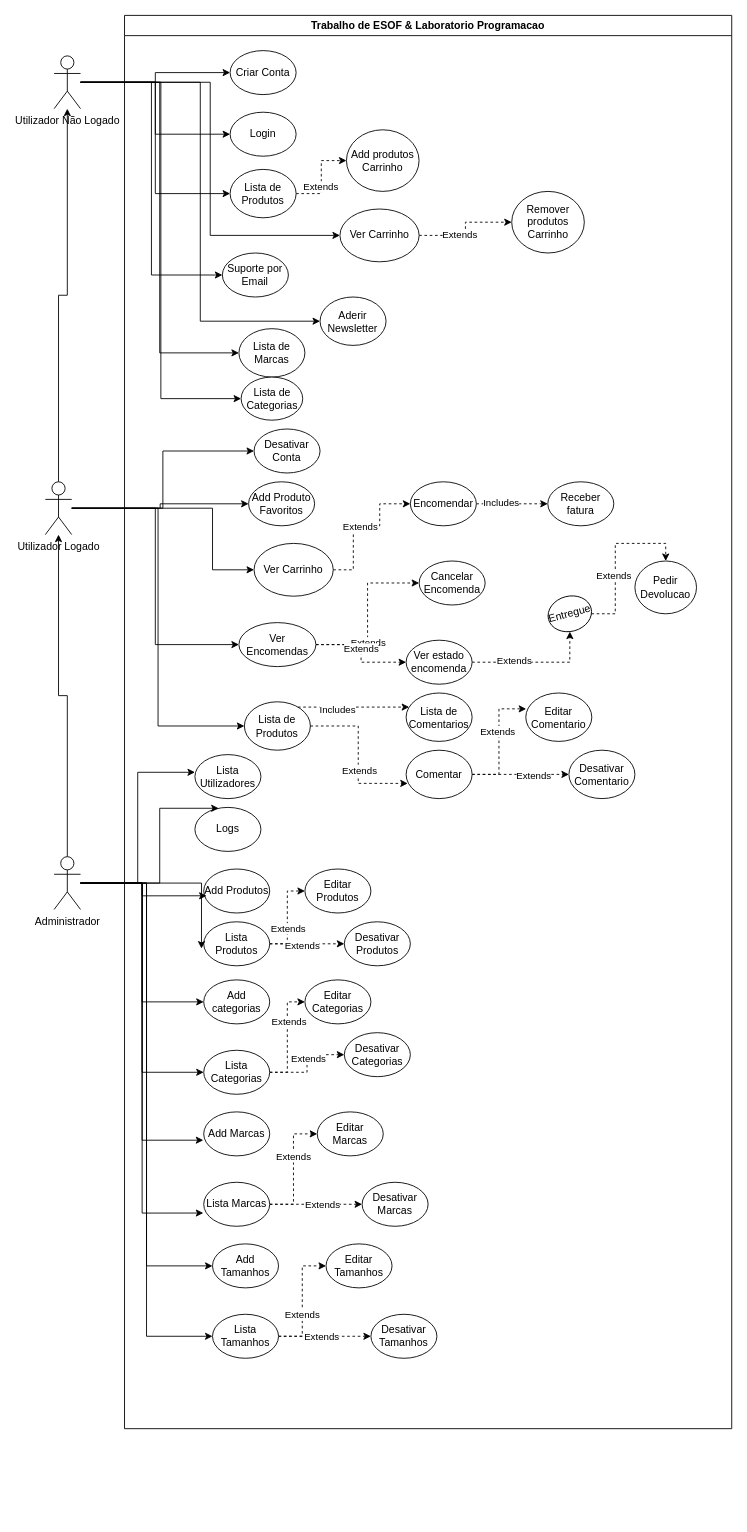
Earlier version of the draw.io diagram Casos Uso/Casos Uso Trabalho ESOF e Laboratorio Prog.drawio (Solixx/UP_Project_Laboratorio_Engenharia_Manuel_Jorge). Source tidied: cells renumbered, new cells numbered last; positions are measured from the earlier drawing's top-left corner, leaving out a move shared by most shapes. Both pictures are drawn from the tidied source at 88%, with x=0, y=0 at pixel (45, 15).
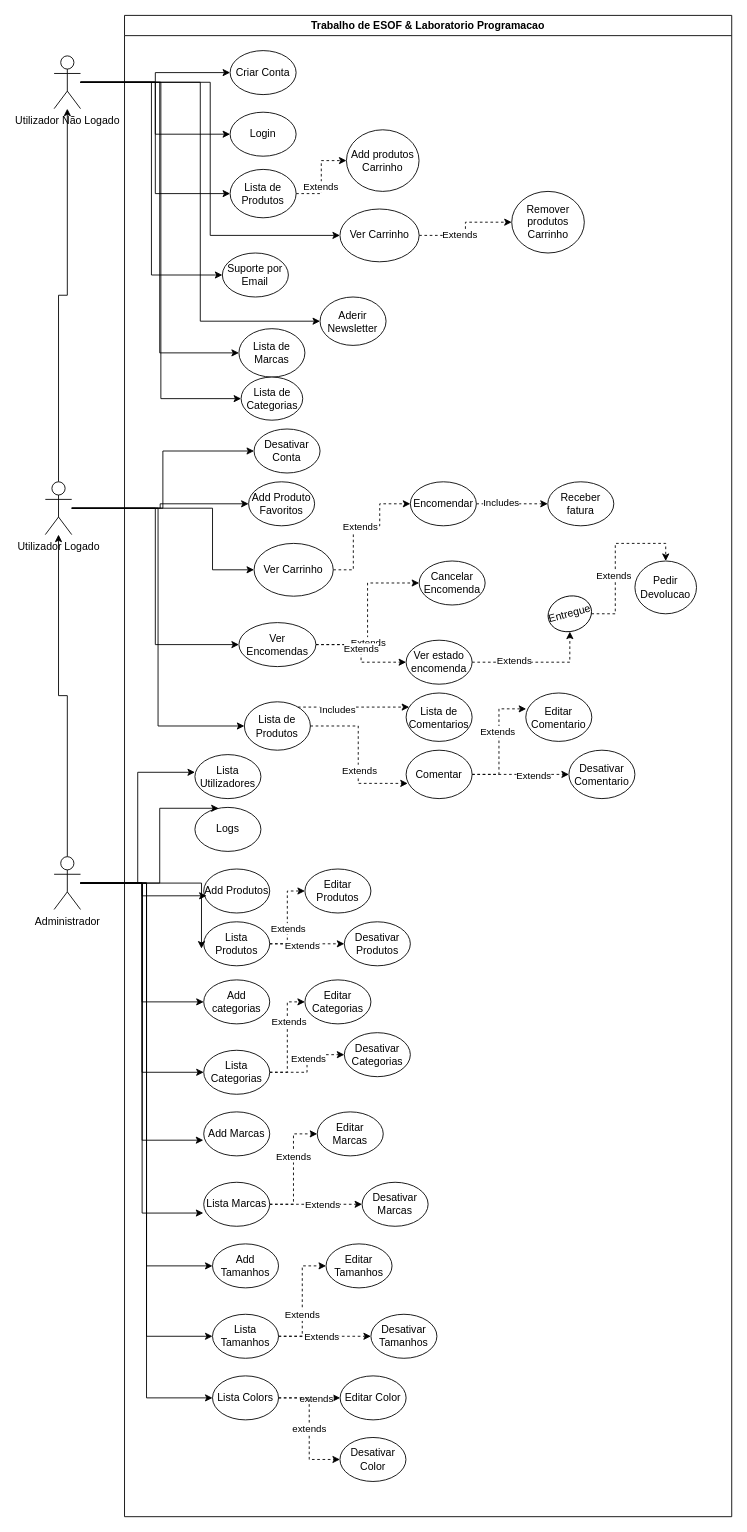
After the change.

Commit message (it also covers changes not shown here):
Diagramas de sequencia & requisitos nao funcionais

The change refers to these unchanged cells:
```xml
<mxCell id="107" value="Administrador" style="shape=umlActor;verticalLabelPosition=bottom;verticalAlign=top;html=1;outlineConnect=0;" parent="1" vertex="1">
  <mxGeometry x="10" y="956" width="30" height="60" as="geometry" />
</mxCell>
```

Diff of the diagram source:
```diff
@@
     <mxCell id="2" value="Trabalho de ESOF &amp;amp; Laboratorio Programacao" style="swimlane;whiteSpace=wrap;html=1;" parent="1" vertex="1">
-      <mxGeometry x="90" width="690" height="1606" as="geometry" />
+      <mxGeometry x="90" width="690" height="1706" as="geometry" />
     </mxCell>
@@
+    <mxCell id="114" style="edgeStyle=orthogonalEdgeStyle;rounded=0;jettySize=auto;html=1;entryX=0;entryY=0.5;entryDx=0;entryDy=0;dashed=1;" parent="2" edge="1" source="118" target="119">
+      <mxGeometry relative="1" as="geometry" />
+    </mxCell>
+    <mxCell id="115" value="extends" style="edgeLabel;html=1;align=center;verticalAlign=middle;" parent="114" vertex="1">
+      <mxGeometry x="0.21" relative="1" as="geometry" />
+    </mxCell>
+    <mxCell id="116" style="edgeStyle=orthogonalEdgeStyle;rounded=0;jettySize=auto;html=1;entryX=0;entryY=0.5;entryDx=0;entryDy=0;dashed=1;" parent="2" edge="1" source="118" target="120">
+      <mxGeometry relative="1" as="geometry" />
+    </mxCell>
+    <mxCell id="117" value="extends" style="edgeLabel;html=1;align=center;verticalAlign=middle;" parent="116" vertex="1">
+      <mxGeometry x="-0.01" relative="1" as="geometry" />
+    </mxCell>
+    <mxCell id="118" value="Lista Colors" style="ellipse;whiteSpace=wrap;html=1;" parent="2" vertex="1">
+      <mxGeometry x="100" y="1546" width="75" height="50" as="geometry" />
+    </mxCell>
+    <mxCell id="119" value="Editar Color" style="ellipse;whiteSpace=wrap;html=1;" parent="2" vertex="1">
+      <mxGeometry x="245" y="1546" width="75" height="50" as="geometry" />
+    </mxCell>
+    <mxCell id="120" value="Desativar&lt;br&gt;Color" style="ellipse;whiteSpace=wrap;html=1;" parent="2" vertex="1">
+      <mxGeometry x="244.8" y="1616" width="75" height="50" as="geometry" />
+    </mxCell>
@@
+    <mxCell id="121" style="edgeStyle=orthogonalEdgeStyle;rounded=0;jettySize=auto;html=1;entryX=0;entryY=0.5;entryDx=0;entryDy=0;" parent="1" edge="1" source="107" target="118">
+      <mxGeometry relative="1" as="geometry" />
+    </mxCell>
```
